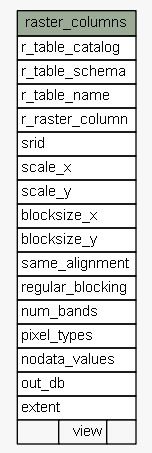
Above: doc/public/diagrams/summary/raster_columns.1degree.png in OpenTenure/database (Graphviz), before the change. Its source is kept beside it as doc/public/diagrams/summary/raster_columns.1degree.dot.
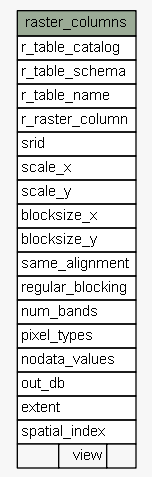
Later version of the same file.

What changed in the source:
```diff
@@ -35,6 +35,7 @@
       <TR><TD PORT="nodata_values" COLSPAN="3" ALIGN="LEFT">nodata_values</TD></TR>
       <TR><TD PORT="out_db" COLSPAN="3" ALIGN="LEFT">out_db</TD></TR>
       <TR><TD PORT="extent" COLSPAN="3" ALIGN="LEFT">extent</TD></TR>
+      <TR><TD PORT="spatial_index" COLSPAN="3" ALIGN="LEFT">spatial_index</TD></TR>
       <TR><TD ALIGN="LEFT" BGCOLOR="#f7f7f7">  </TD><TD ALIGN="RIGHT" BGCOLOR="#f7f7f7">view</TD><TD ALIGN="RIGHT" BGCOLOR="#f7f7f7">  </TD></TR>
     </TABLE>>
     URL="tables/raster_columns.html"
```
